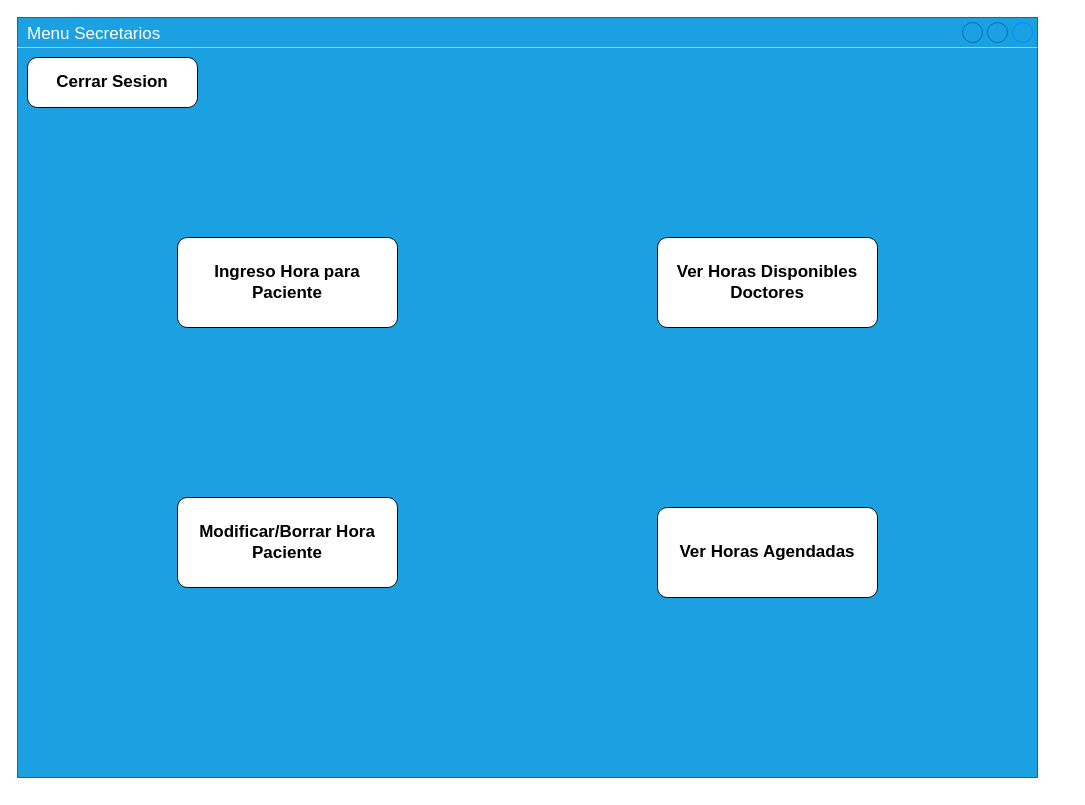
The draw.io diagram Ventanas/MockUp/MenuSecretarios.drawio in ecadiz123/ProyectoAvaloniaProgra2, before the edit. Source tidied: cells renumbered, new cells numbered last; positions are measured from the earlier drawing's top-left corner, leaving out a move shared by most shapes. Both pictures are drawn from the tidied source at 100%, with x=0, y=0 at pixel (17, 17).
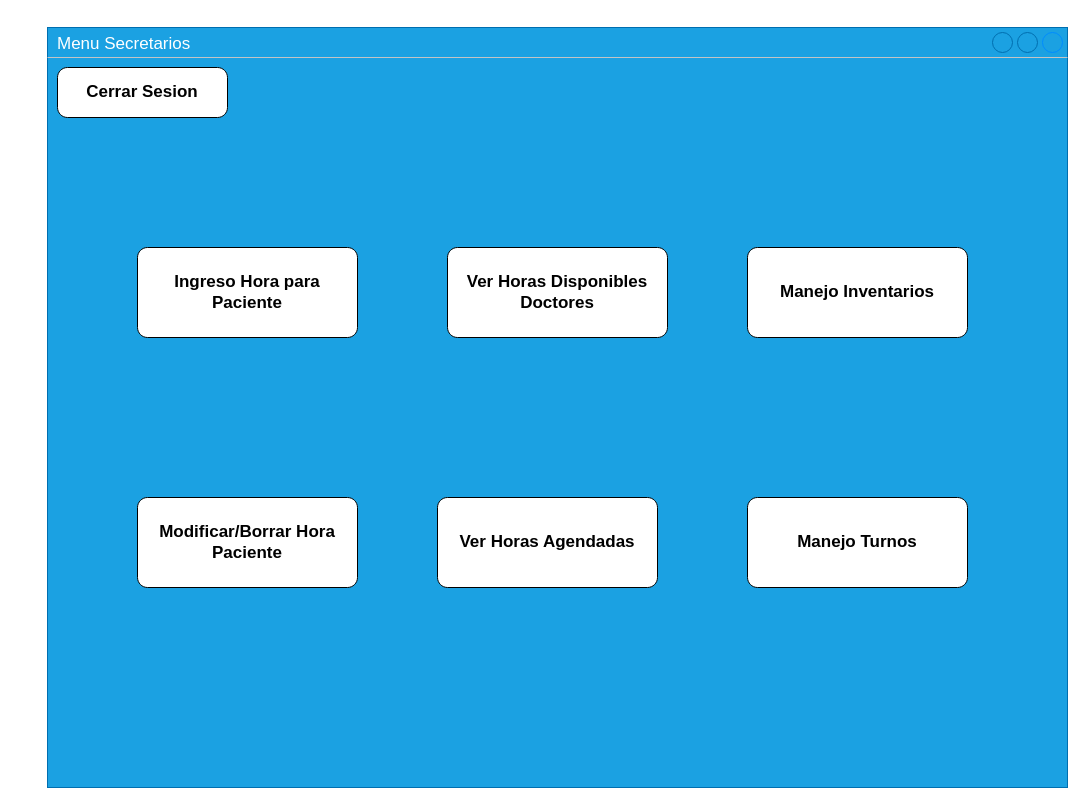
After the change.

The edit, as a diff of the source:
```diff
@@
 <mxGraphModel>
   <root>
     <mxCell id="0" />
     <mxCell id="1" parent="0" />
     <mxCell id="2" value="Menu Secretarios" style="strokeWidth=1;shadow=0;dashed=0;align=center;html=1;shape=mxgraph.mockup.containers.window;align=left;verticalAlign=top;spacingLeft=8;strokeColor2=#008cff;strokeColor3=#c4c4c4;fontColor=#ffffff;mainText=;fontSize=17;labelBackgroundColor=none;whiteSpace=wrap;fillColor=#1ba1e2;strokeColor=#006EAF;" parent="1" vertex="1">
-      <mxGeometry width="1020" height="760" as="geometry" />
+      <mxGeometry x="30" y="10" width="1020" height="760" as="geometry" />
     </mxCell>
     <mxCell id="3" value="Ingreso Hora para Paciente" style="strokeWidth=1;shadow=0;dashed=0;align=center;html=1;shape=mxgraph.mockup.buttons.button;mainText=;buttonStyle=round;fontSize=17;fontStyle=1;whiteSpace=wrap;" parent="1" vertex="1">
-      <mxGeometry x="160" y="220" width="220" height="90" as="geometry" />
+      <mxGeometry x="120" y="230" width="220" height="90" as="geometry" />
     </mxCell>
     <mxCell id="4" value="Modificar/Borrar Hora Paciente" style="strokeWidth=1;shadow=0;dashed=0;align=center;html=1;shape=mxgraph.mockup.buttons.button;mainText=;buttonStyle=round;fontSize=17;fontStyle=1;whiteSpace=wrap;" parent="1" vertex="1">
-      <mxGeometry x="160" y="480" width="220" height="90" as="geometry" />
+      <mxGeometry x="120" y="480" width="220" height="90" as="geometry" />
     </mxCell>
     <mxCell id="5" value="Ver Horas Agendadas" style="strokeWidth=1;shadow=0;dashed=0;align=center;html=1;shape=mxgraph.mockup.buttons.button;mainText=;buttonStyle=round;fontSize=17;fontStyle=1;whiteSpace=wrap;" parent="1" vertex="1">
-      <mxGeometry x="640" y="490" width="220" height="90" as="geometry" />
+      <mxGeometry x="420" y="480" width="220" height="90" as="geometry" />
     </mxCell>
     <mxCell id="6" value="Ver Horas Disponibles Doctores" style="strokeWidth=1;shadow=0;dashed=0;align=center;html=1;shape=mxgraph.mockup.buttons.button;mainText=;buttonStyle=round;fontSize=17;fontStyle=1;whiteSpace=wrap;" parent="1" vertex="1">
-      <mxGeometry x="640" y="220" width="220" height="90" as="geometry" />
+      <mxGeometry x="430" y="230" width="220" height="90" as="geometry" />
     </mxCell>
     <mxCell id="7" value="Cerrar Sesion" style="strokeWidth=1;shadow=0;dashed=0;align=center;html=1;shape=mxgraph.mockup.buttons.button;mainText=;buttonStyle=round;fontSize=17;fontStyle=1;whiteSpace=wrap;" parent="1" vertex="1">
-      <mxGeometry x="10" y="40" width="170" height="50" as="geometry" />
+      <mxGeometry x="40" y="50" width="170" height="50" as="geometry" />
     </mxCell>
+    <mxCell id="8" value="Manejo Inventarios" style="strokeWidth=1;shadow=0;dashed=0;align=center;html=1;shape=mxgraph.mockup.buttons.button;mainText=;buttonStyle=round;fontSize=17;fontStyle=1;whiteSpace=wrap;" parent="1" vertex="1">
+      <mxGeometry x="730" y="230" width="220" height="90" as="geometry" />
+    </mxCell>
+    <mxCell id="9" value="Manejo Turnos" style="strokeWidth=1;shadow=0;dashed=0;align=center;html=1;shape=mxgraph.mockup.buttons.button;mainText=;buttonStyle=round;fontSize=17;fontStyle=1;whiteSpace=wrap;" parent="1" vertex="1">
+      <mxGeometry x="730" y="480" width="220" height="90" as="geometry" />
+    </mxCell>
   </root>
 </mxGraphModel>
```
